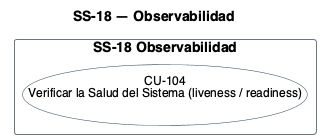
Above: diagramas/uml/CU_SS-18_Observabilidad-Y-Operacion.png in Nahuelito-Dev/splg-docs (PlantUML), before the change.
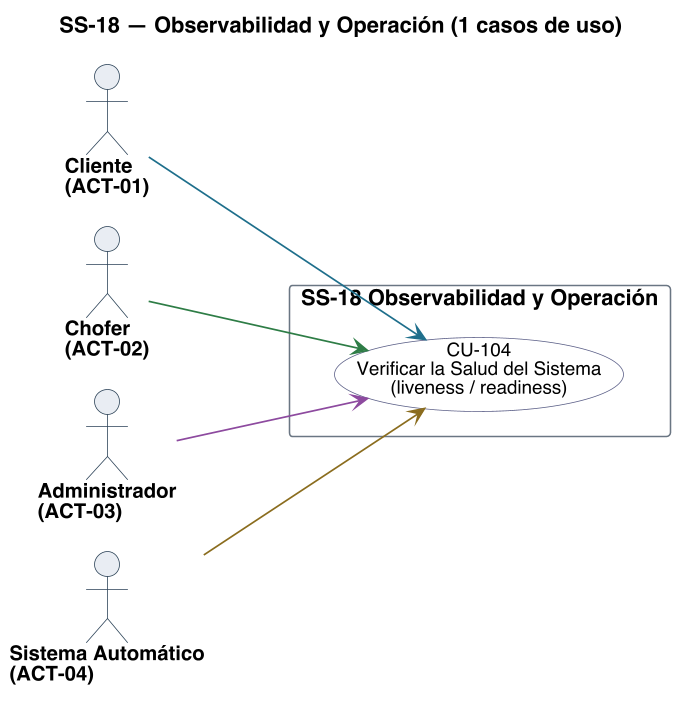
After the change.

What changed in the source:
```diff
@@ -1,22 +1,23 @@
 @startuml
-!pragma layout smetana
-title SS-18 — Observabilidad
+title SS-18 — Observabilidad y Operación (1 casos de uso)
 left to right direction
 skinparam backgroundColor #FFFFFF
 skinparam shadowing false
 skinparam defaultFontName Helvetica
 skinparam defaultFontSize 13
+skinparam dpi 150
 skinparam ArrowColor #2C4257
+skinparam ArrowThickness 1.1
 skinparam actor {
   BorderColor #2C4257
   BackgroundColor #E8EDF2
+  FontSize 13
+  FontStyle bold
 }
 skinparam usecase {
   BorderColor #2C4257
   BackgroundColor #FFFFFF
   FontSize 12
-  BorderColor<<pendiente>> #9C4436
-  BackgroundColor<<pendiente>> #F6E4E1
 }
 skinparam rectangle {
   BorderColor #6B7683
@@ -24,9 +25,25 @@
   FontStyle bold
 }
 
-
-rectangle "SS-18 Observabilidad" {
-  usecase "CU-104\nVerificar la Salud del Sistema (liveness / readiness)" as U104
+skinparam nodesep 18
+skinparam ranksep 70
+skinparam usecase {
+  BorderColor<<pendiente>> #9C4436
+  BackgroundColor<<pendiente>> #F6E4E1
 }
 
+actor "Cliente\n(ACT-01)" as A01
+actor "Chofer\n(ACT-02)" as A02
+actor "Administrador\n(ACT-03)" as A03
+actor "Sistema Automático\n(ACT-04)" as A04
+
+rectangle "SS-18 Observabilidad y Operación" {
+  usecase "CU-104\nVerificar la Salud del Sistema\n(liveness / readiness)" as U104 #back:FFFFFF;line:5B5F87
+}
+
+A01 -[#1F6F8B]-> U104
+A02 -[#2E7D46]-> U104
+A03 -[#8C4A9E]-> U104
+A04 -[#8A6D1F]-> U104
+
 @enduml
```
